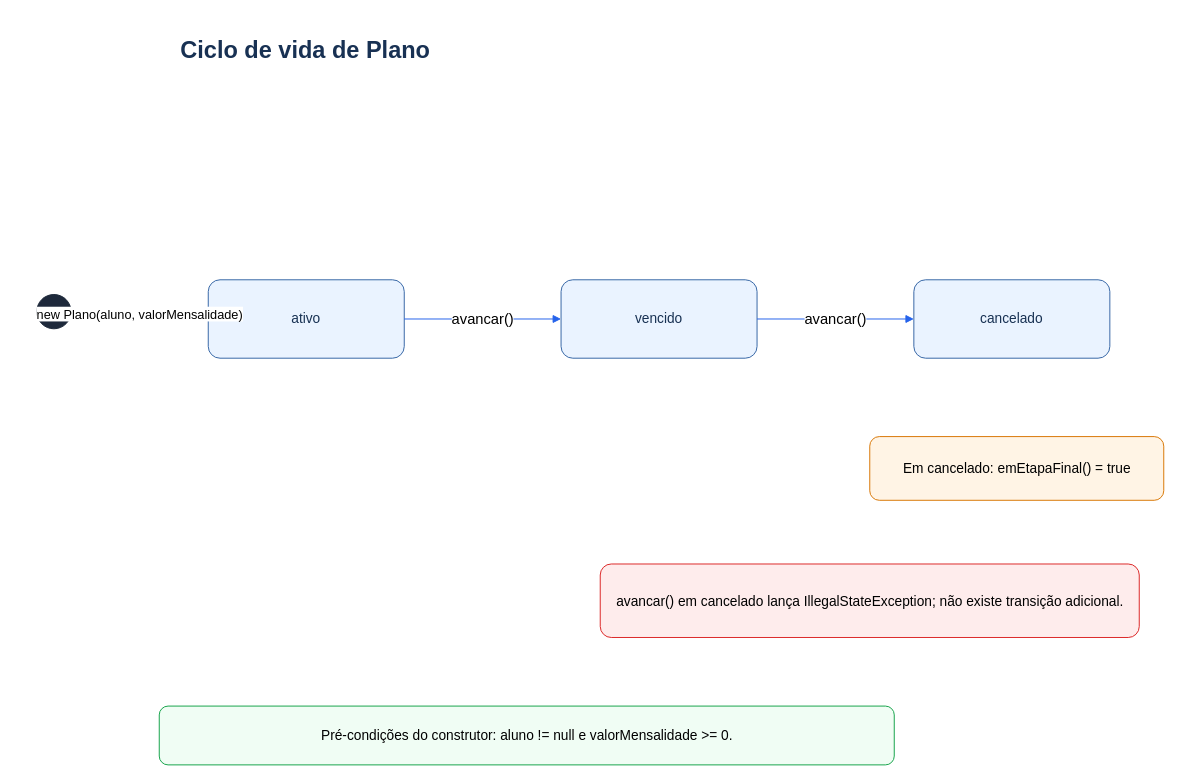
This is Diagramas-UML/03_estados.drawio from Ce3k18-coder/projeto-academia-poo, a draw.io file, before an edit. Source tidied: cells renumbered, new cells numbered last; positions are measured from the earlier drawing's top-left corner, leaving out a move shared by most shapes. Both pictures are drawn from the tidied source at 98%, with x=0, y=0 at pixel (36, 29).
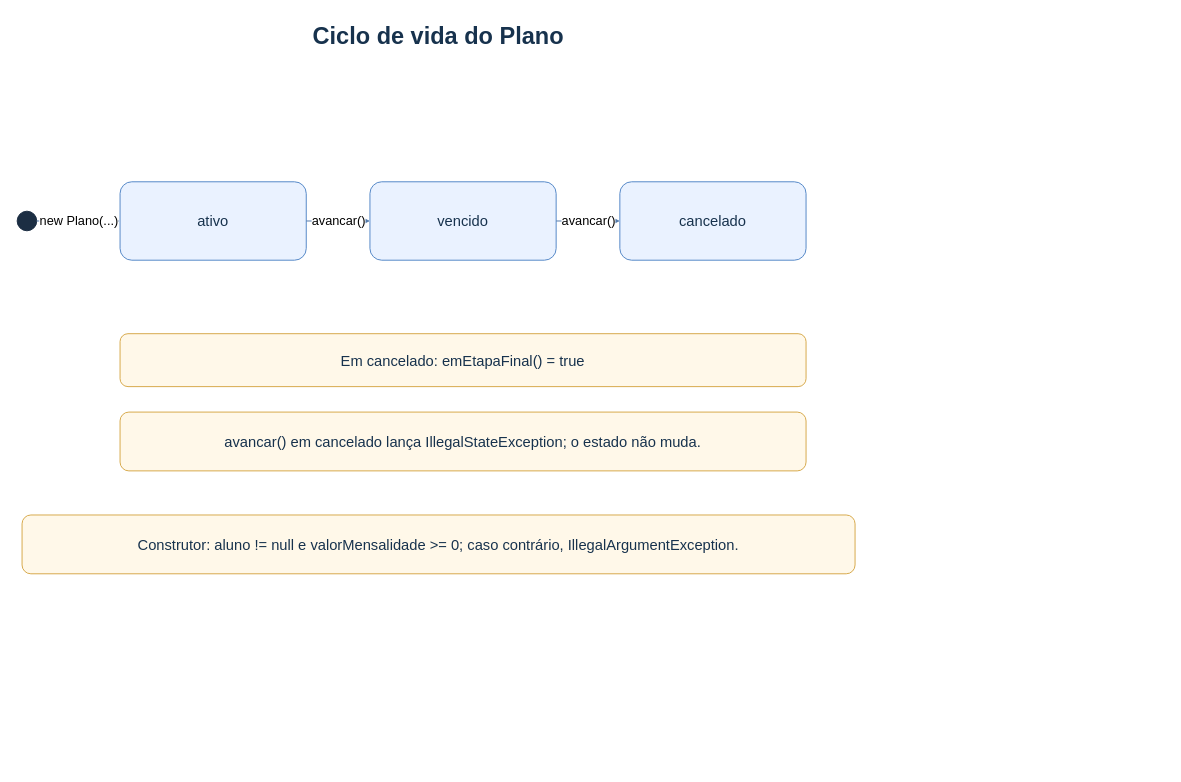
After the change.

Commit message (it also covers changes not shown here):
Corrige diagramas de estados e atividades

Diff of the diagram source:
```diff
@@
 <mxGraphModel>
   <root>
     <mxCell id="0" />
     <mxCell id="1" parent="0" />
-    <mxCell id="2" value="Ciclo de vida de Plano" style="text;html=1;fontSize=24;fontStyle=1;fontColor=#183153;" parent="1" vertex="1">
-      <mxGeometry x="145" width="830" height="55" as="geometry" />
+    <mxCell id="2" value="Ciclo de vida do Plano" style="text;html=1;align=center;verticalAlign=middle;whiteSpace=wrap;fontSize=24;fontStyle=1;fontColor=#17324d;" parent="1" vertex="1">
+      <mxGeometry x="200" y="-13" width="420" height="39" as="geometry" />
     </mxCell>
-    <mxCell id="3" style="ellipse;html=1;fillColor=#1E293B;strokeColor=#1E293B;" parent="1" vertex="1">
-      <mxGeometry y="270" width="35" height="35" as="geometry" />
+    <mxCell id="3" style="ellipse;fillColor=#1c2e43;strokeColor=#1c2e43;" parent="1" vertex="1">
+      <mxGeometry x="-20" y="185" width="20" height="20" as="geometry" />
     </mxCell>
-    <mxCell id="4" value="ativo" style="rounded=1;whiteSpace=wrap;html=1;fillColor=#EAF3FF;strokeColor=#3666A5;fontColor=#183153;fontSize=14;" parent="1" vertex="1">
-      <mxGeometry x="175" y="255" width="200" height="80" as="geometry" />
+    <mxCell id="4" value="ativo" style="rounded=1;whiteSpace=wrap;html=1;fillColor=#eaf2ff;strokeColor=#5488c7;fontColor=#17324d;fontSize=15;align=center;verticalAlign=middle;" parent="1" vertex="1">
+      <mxGeometry x="85" y="155" width="190" height="80" as="geometry" />
     </mxCell>
-    <mxCell id="5" value="vencido" style="rounded=1;whiteSpace=wrap;html=1;fillColor=#EAF3FF;strokeColor=#3666A5;fontColor=#183153;fontSize=14;" parent="1" vertex="1">
-      <mxGeometry x="535" y="255" width="200" height="80" as="geometry" />
+    <mxCell id="5" value="vencido" style="rounded=1;whiteSpace=wrap;html=1;fillColor=#eaf2ff;strokeColor=#5488c7;fontColor=#17324d;fontSize=15;align=center;verticalAlign=middle;" parent="1" vertex="1">
+      <mxGeometry x="340" y="155" width="190" height="80" as="geometry" />
     </mxCell>
-    <mxCell id="6" value="cancelado" style="rounded=1;whiteSpace=wrap;html=1;fillColor=#EAF3FF;strokeColor=#3666A5;fontColor=#183153;fontSize=14;" parent="1" vertex="1">
-      <mxGeometry x="895" y="255" width="200" height="80" as="geometry" />
+    <mxCell id="6" value="cancelado" style="rounded=1;whiteSpace=wrap;html=1;fillColor=#eaf2ff;strokeColor=#5488c7;fontColor=#17324d;fontSize=15;align=center;verticalAlign=middle;" parent="1" vertex="1">
+      <mxGeometry x="595" y="155" width="190" height="80" as="geometry" />
     </mxCell>
-    <mxCell id="7" value="new Plano(aluno, valorMensalidade)" style="endArrow=block;html=1;strokeColor=#2563EB;fontSize=13;" parent="1" edge="1" source="3" target="4">
-      <mxGeometry relative="1" as="geometry" />
+    <mxCell id="7" value="new Plano(...)" style="endArrow=block;html=1;strokeColor=#5279aa;fontSize=13;" parent="1" edge="1">
+      <mxGeometry relative="1" as="geometry">
+        <mxPoint y="195" as="sourcePoint" />
+        <mxPoint x="85" y="195" as="targetPoint" />
+      </mxGeometry>
     </mxCell>
-    <mxCell id="8" value="avancar()" style="endArrow=block;html=1;strokeColor=#2563EB;fontSize=15;" parent="1" edge="1" source="4" target="5">
-      <mxGeometry relative="1" as="geometry" />
+    <mxCell id="8" value="avancar()" style="endArrow=block;html=1;strokeColor=#5279aa;fontSize=13;" parent="1" edge="1">
+      <mxGeometry relative="1" as="geometry">
+        <mxPoint x="275" y="195" as="sourcePoint" />
+        <mxPoint x="340" y="195" as="targetPoint" />
+      </mxGeometry>
     </mxCell>
-    <mxCell id="9" value="avancar()" style="endArrow=block;html=1;strokeColor=#2563EB;fontSize=15;" parent="1" edge="1" source="5" target="6">
-      <mxGeometry relative="1" as="geometry" />
+    <mxCell id="9" value="avancar()" style="endArrow=block;html=1;strokeColor=#5279aa;fontSize=13;" parent="1" edge="1">
+      <mxGeometry relative="1" as="geometry">
+        <mxPoint x="530" y="195" as="sourcePoint" />
+        <mxPoint x="595" y="195" as="targetPoint" />
+      </mxGeometry>
     </mxCell>
-    <mxCell id="10" value="Em cancelado: emEtapaFinal() = true" style="rounded=1;html=1;fillColor=#FFF4E5;strokeColor=#D97706;fontSize=14;" parent="1" vertex="1">
-      <mxGeometry x="850" y="415" width="300" height="65" as="geometry" />
+    <mxCell id="10" value="Em cancelado: emEtapaFinal() = true" style="rounded=1;whiteSpace=wrap;html=1;fillColor=#fff8e9;strokeColor=#d7a84a;fontColor=#17324d;fontSize=15;align=center;verticalAlign=middle;" parent="1" vertex="1">
+      <mxGeometry x="85" y="310" width="700" height="54" as="geometry" />
     </mxCell>
-    <mxCell id="11" value="avancar() em cancelado lança IllegalStateException; não existe transição adicional." style="rounded=1;html=1;fillColor=#FEECEC;strokeColor=#DC2626;fontSize=14;" parent="1" vertex="1">
-      <mxGeometry x="575" y="545" width="550" height="75" as="geometry" />
+    <mxCell id="11" value="avancar() em cancelado lança IllegalStateException; o estado não muda." style="rounded=1;whiteSpace=wrap;html=1;fillColor=#fff8e9;strokeColor=#d7a84a;fontColor=#17324d;fontSize=15;align=center;verticalAlign=middle;" parent="1" vertex="1">
+      <mxGeometry x="85" y="390" width="700" height="60" as="geometry" />
     </mxCell>
-    <mxCell id="12" value="Pré-condições do construtor: aluno != null e valorMensalidade &gt;= 0." style="rounded=1;html=1;fillColor=#F0FDF4;strokeColor=#16A34A;fontSize=14;" parent="1" vertex="1">
-      <mxGeometry x="125" y="690" width="750" height="60" as="geometry" />
+    <mxCell id="12" value="Construtor: aluno != null e valorMensalidade &gt;= 0; caso contrário, IllegalArgumentException." style="rounded=1;whiteSpace=wrap;html=1;fillColor=#fff8e9;strokeColor=#d7a84a;fontColor=#17324d;fontSize=15;align=center;verticalAlign=middle;" parent="1" vertex="1">
+      <mxGeometry x="-15" y="495" width="850" height="60" as="geometry" />
     </mxCell>
   </root>
 </mxGraphModel>
```
